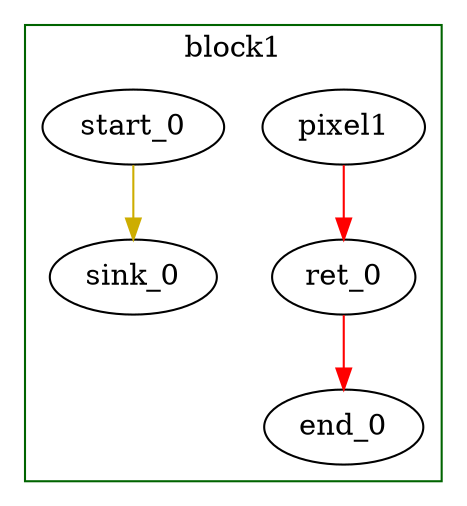
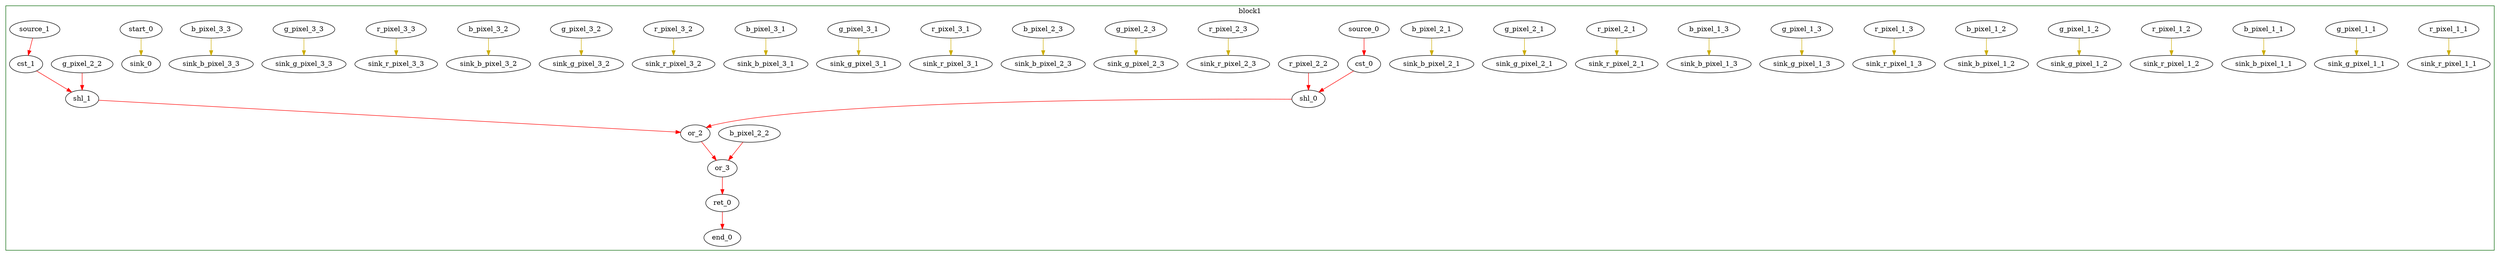
Digraph G {
	splines=spline;
//DHLS version: 0.1.1" [shape = "none" pos = "20,20!"]
- 		"pixel1" [type = "Entry", bbID= 1, in = "in1:32", out = "out1:32"];
+ 		"r_pixel_1_1" [type = "Entry", bbID= 1, in = "in1:32", out = "out1:32"];
+ 		"g_pixel_1_1" [type = "Entry", bbID= 1, in = "in1:32", out = "out1:32"];
+ 		"b_pixel_1_1" [type = "Entry", bbID= 1, in = "in1:32", out = "out1:32"];
+ 		"r_pixel_1_2" [type = "Entry", bbID= 1, in = "in1:32", out = "out1:32"];
+ 		"g_pixel_1_2" [type = "Entry", bbID= 1, in = "in1:32", out = "out1:32"];
+ 		"b_pixel_1_2" [type = "Entry", bbID= 1, in = "in1:32", out = "out1:32"];
+ 		"r_pixel_1_3" [type = "Entry", bbID= 1, in = "in1:32", out = "out1:32"];
+ 		"g_pixel_1_3" [type = "Entry", bbID= 1, in = "in1:32", out = "out1:32"];
+ 		"b_pixel_1_3" [type = "Entry", bbID= 1, in = "in1:32", out = "out1:32"];
+ 		"r_pixel_2_1" [type = "Entry", bbID= 1, in = "in1:32", out = "out1:32"];
+ 		"g_pixel_2_1" [type = "Entry", bbID= 1, in = "in1:32", out = "out1:32"];
+ 		"b_pixel_2_1" [type = "Entry", bbID= 1, in = "in1:32", out = "out1:32"];
+ 		"r_pixel_2_2" [type = "Entry", bbID= 1, in = "in1:32", out = "out1:32"];
+ 		"g_pixel_2_2" [type = "Entry", bbID= 1, in = "in1:32", out = "out1:32"];
+ 		"b_pixel_2_2" [type = "Entry", bbID= 1, in = "in1:32", out = "out1:32"];
+ 		"r_pixel_2_3" [type = "Entry", bbID= 1, in = "in1:32", out = "out1:32"];
+ 		"g_pixel_2_3" [type = "Entry", bbID= 1, in = "in1:32", out = "out1:32"];
+ 		"b_pixel_2_3" [type = "Entry", bbID= 1, in = "in1:32", out = "out1:32"];
+ 		"r_pixel_3_1" [type = "Entry", bbID= 1, in = "in1:32", out = "out1:32"];
+ 		"g_pixel_3_1" [type = "Entry", bbID= 1, in = "in1:32", out = "out1:32"];
+ 		"b_pixel_3_1" [type = "Entry", bbID= 1, in = "in1:32", out = "out1:32"];
+ 		"r_pixel_3_2" [type = "Entry", bbID= 1, in = "in1:32", out = "out1:32"];
+ 		"g_pixel_3_2" [type = "Entry", bbID= 1, in = "in1:32", out = "out1:32"];
+ 		"b_pixel_3_2" [type = "Entry", bbID= 1, in = "in1:32", out = "out1:32"];
+ 		"r_pixel_3_3" [type = "Entry", bbID= 1, in = "in1:32", out = "out1:32"];
+ 		"g_pixel_3_3" [type = "Entry", bbID= 1, in = "in1:32", out = "out1:32"];
+ 		"b_pixel_3_3" [type = "Entry", bbID= 1, in = "in1:32", out = "out1:32"];
+ 		"sink_r_pixel_1_1" [type = "Sink", bbID= 0, in = "in1:32"];
+ 		"sink_g_pixel_1_1" [type = "Sink", bbID= 0, in = "in1:32"];
+ 		"sink_b_pixel_1_1" [type = "Sink", bbID= 0, in = "in1:32"];
+ 		"sink_r_pixel_1_2" [type = "Sink", bbID= 0, in = "in1:32"];
+ 		"sink_g_pixel_1_2" [type = "Sink", bbID= 0, in = "in1:32"];
+ 		"sink_b_pixel_1_2" [type = "Sink", bbID= 0, in = "in1:32"];
+ 		"sink_r_pixel_1_3" [type = "Sink", bbID= 0, in = "in1:32"];
+ 		"sink_g_pixel_1_3" [type = "Sink", bbID= 0, in = "in1:32"];
+ 		"sink_b_pixel_1_3" [type = "Sink", bbID= 0, in = "in1:32"];
+ 		"sink_r_pixel_2_1" [type = "Sink", bbID= 0, in = "in1:32"];
+ 		"sink_g_pixel_2_1" [type = "Sink", bbID= 0, in = "in1:32"];
+ 		"sink_b_pixel_2_1" [type = "Sink", bbID= 0, in = "in1:32"];
+ 		"sink_r_pixel_2_3" [type = "Sink", bbID= 0, in = "in1:32"];
+ 		"sink_g_pixel_2_3" [type = "Sink", bbID= 0, in = "in1:32"];
+ 		"sink_b_pixel_2_3" [type = "Sink", bbID= 0, in = "in1:32"];
+ 		"sink_r_pixel_3_1" [type = "Sink", bbID= 0, in = "in1:32"];
+ 		"sink_g_pixel_3_1" [type = "Sink", bbID= 0, in = "in1:32"];
+ 		"sink_b_pixel_3_1" [type = "Sink", bbID= 0, in = "in1:32"];
+ 		"sink_r_pixel_3_2" [type = "Sink", bbID= 0, in = "in1:32"];
+ 		"sink_g_pixel_3_2" [type = "Sink", bbID= 0, in = "in1:32"];
+ 		"sink_b_pixel_3_2" [type = "Sink", bbID= 0, in = "in1:32"];
+ 		"sink_r_pixel_3_3" [type = "Sink", bbID= 0, in = "in1:32"];
+ 		"sink_g_pixel_3_3" [type = "Sink", bbID= 0, in = "in1:32"];
+ 		"sink_b_pixel_3_3" [type = "Sink", bbID= 0, in = "in1:32"];
+ 		"cst_0" [type = "Constant", bbID= 1, in = "in1:32", out = "out1:32", value = "0x00000010", delay="0.000 0.000 0.000 100.000 100.000 100.000 100.000 100.000"];
+ 		"shl_0" [type = "Operator", bbID= 1, op = "shl_op", in = "in1:32 in2:32 ", out = "out1:32 ", delay="3.466 1.397 1.400 1.409 100.000 100.000 100.000 100.000", latency=0, II=1];
+ 		"cst_1" [type = "Constant", bbID= 1, in = "in1:32", out = "out1:32", value = "0x00000008", delay="0.000 0.000 0.000 100.000 100.000 100.000 100.000 100.000"];
+ 		"shl_1" [type = "Operator", bbID= 1, op = "shl_op", in = "in1:32 in2:32 ", out = "out1:32 ", delay="3.466 1.397 1.400 1.409 100.000 100.000 100.000 100.000", latency=0, II=1];
+ 		"or_2" [type = "Operator", bbID= 1, op = "or_op", in = "in1:32 in2:32 ", out = "out1:32 ", delay="1.397 1.397 1.400 1.409 100.000 100.000 100.000 100.000", latency=0, II=1];
+ 		"or_3" [type = "Operator", bbID= 1, op = "or_op", in = "in1:32 in2:32 ", out = "out1:32 ", delay="1.397 1.397 1.400 1.409 100.000 100.000 100.000 100.000", latency=0, II=1];
		"ret_0" [type = "Operator", bbID= 1, op = "ret_op", in = "in1:32 ", out = "out1:32 ", delay="1.412 1.409 0.000 100.000 100.000 100.000 100.000 100.000", latency=0, II=1];
		"end_0" [type = "Exit", bbID= 0, in = "in1:32 ", out = "out1:32"];
		"start_0" [type = "Entry", control= "true", bbID= 1, in = "in1:0", out = "out1:0"];
		"sink_0" [type = "Sink", bbID= 0, in = "in1:0"];
+ 		"source_0" [type = "Source", bbID= 1, out = "out1:32"];
+ 		"source_1" [type = "Source", bbID= 1, out = "out1:32"];
	subgraph cluster_0 {
	color = "darkgreen";
		label = "block1";
- 		"pixel1" -> "ret_0" [color = "red", from = "out1", to = "in1"];
+ 		"r_pixel_2_2" -> "shl_0" [color = "red", from = "out1", to = "in1"];
+ 		"g_pixel_2_2" -> "shl_1" [color = "red", from = "out1", to = "in1"];
+ 		"b_pixel_2_2" -> "or_3" [color = "red", from = "out1", to = "in2"];
+ 		"cst_0" -> "shl_0" [color = "red", from = "out1", to = "in2"];
+ 		"shl_0" -> "or_2" [color = "red", from = "out1", to = "in1"];
+ 		"cst_1" -> "shl_1" [color = "red", from = "out1", to = "in2"];
+ 		"shl_1" -> "or_2" [color = "red", from = "out1", to = "in2"];
+ 		"or_2" -> "or_3" [color = "red", from = "out1", to = "in1"];
+ 		"or_3" -> "ret_0" [color = "red", from = "out1", to = "in1"];
		"ret_0" -> "end_0" [color = "red", from = "out1", to = "in1"];
		"start_0" -> "sink_0" [color = "gold3", from = "out1", to = "in1"];
+ 		"source_0" -> "cst_0" [color = "red", from = "out1", to = "in1"];
+ 		"source_1" -> "cst_1" [color = "red", from = "out1", to = "in1"];
+ 
+ 		"r_pixel_1_1" -> "sink_r_pixel_1_1" [color = "gold3", from = "out1", to = "in1"];
+ 		"g_pixel_1_1" -> "sink_g_pixel_1_1" [color = "gold3", from = "out1", to = "in1"];
+ 		"b_pixel_1_1" -> "sink_b_pixel_1_1" [color = "gold3", from = "out1", to = "in1"];
+ 		"r_pixel_1_2" -> "sink_r_pixel_1_2" [color = "gold3", from = "out1", to = "in1"];
+ 		"g_pixel_1_2" -> "sink_g_pixel_1_2" [color = "gold3", from = "out1", to = "in1"];
+ 		"b_pixel_1_2" -> "sink_b_pixel_1_2" [color = "gold3", from = "out1", to = "in1"];
+ 		"r_pixel_1_3" -> "sink_r_pixel_1_3" [color = "gold3", from = "out1", to = "in1"];
+ 		"g_pixel_1_3" -> "sink_g_pixel_1_3" [color = "gold3", from = "out1", to = "in1"];
+ 		"b_pixel_1_3" -> "sink_b_pixel_1_3" [color = "gold3", from = "out1", to = "in1"];
+ 		"r_pixel_2_1" -> "sink_r_pixel_2_1" [color = "gold3", from = "out1", to = "in1"];
+ 		"g_pixel_2_1" -> "sink_g_pixel_2_1" [color = "gold3", from = "out1", to = "in1"];
+ 		"b_pixel_2_1" -> "sink_b_pixel_2_1" [color = "gold3", from = "out1", to = "in1"];
+ 		"r_pixel_2_3" -> "sink_r_pixel_2_3" [color = "gold3", from = "out1", to = "in1"];
+ 		"g_pixel_2_3" -> "sink_g_pixel_2_3" [color = "gold3", from = "out1", to = "in1"];
+ 		"b_pixel_2_3" -> "sink_b_pixel_2_3" [color = "gold3", from = "out1", to = "in1"];
+ 		"r_pixel_3_1" -> "sink_r_pixel_3_1" [color = "gold3", from = "out1", to = "in1"];
+ 		"g_pixel_3_1" -> "sink_g_pixel_3_1" [color = "gold3", from = "out1", to = "in1"];
+ 		"b_pixel_3_1" -> "sink_b_pixel_3_1" [color = "gold3", from = "out1", to = "in1"];
+ 		"r_pixel_3_2" -> "sink_r_pixel_3_2" [color = "gold3", from = "out1", to = "in1"];
+ 		"g_pixel_3_2" -> "sink_g_pixel_3_2" [color = "gold3", from = "out1", to = "in1"];
+ 		"b_pixel_3_2" -> "sink_b_pixel_3_2" [color = "gold3", from = "out1", to = "in1"];
+ 		"r_pixel_3_3" -> "sink_r_pixel_3_3" [color = "gold3", from = "out1", to = "in1"];
+ 		"g_pixel_3_3" -> "sink_g_pixel_3_3" [color = "gold3", from = "out1", to = "in1"];
+ 		"b_pixel_3_3" -> "sink_b_pixel_3_3" [color = "gold3", from = "out1", to = "in1"];
	}
- }+ }
